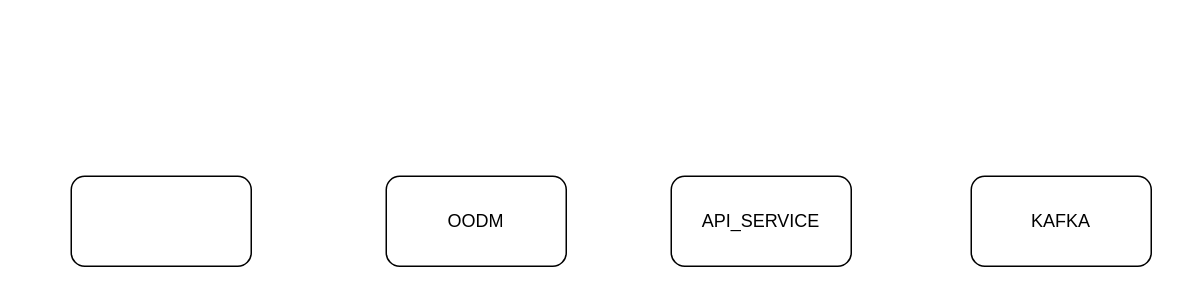
Earlier version of the draw.io diagram Untitled Diagram.drawio (Eason7663/study_notes). Source tidied: cells renumbered, new cells numbered last; positions are measured from the earlier drawing's top-left corner, leaving out a move shared by most shapes. Both pictures are drawn from the tidied source at 150%, with x=0, y=0 at pixel (70, 176).
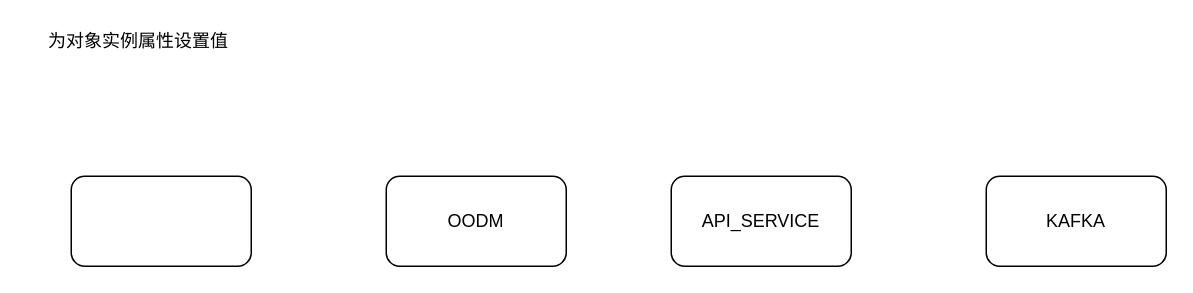
The same diagram, later.

Diff of the diagram source:
```diff
@@
 <mxGraphModel background="#ffffff">
   <root>
     <mxCell id="0" />
     <mxCell id="1" parent="0" />
     <mxCell id="2" style="rounded=1;whiteSpace=wrap;html=1;" parent="1" vertex="1">
       <mxGeometry width="120" height="60" as="geometry" />
     </mxCell>
     <mxCell id="3" value="OODM" style="rounded=1;whiteSpace=wrap;html=1;" parent="1" vertex="1">
       <mxGeometry x="210" width="120" height="60" as="geometry" />
     </mxCell>
     <mxCell id="4" value="API_SERVICE" style="rounded=1;whiteSpace=wrap;html=1;" parent="1" vertex="1">
       <mxGeometry x="400" width="120" height="60" as="geometry" />
     </mxCell>
     <mxCell id="5" value="KAFKA" style="rounded=1;whiteSpace=wrap;html=1;" parent="1" vertex="1">
-      <mxGeometry x="600" width="120" height="60" as="geometry" />
+      <mxGeometry x="610" width="120" height="60" as="geometry" />
     </mxCell>
+    <mxCell id="6" value="为对象实例属性设置值" style="text;html=1;strokeColor=none;fillColor=none;align=center;verticalAlign=middle;whiteSpace=wrap;rounded=0;" parent="1" vertex="1">
+      <mxGeometry x="-30" y="-100" width="150" height="20" as="geometry" />
+    </mxCell>
   </root>
 </mxGraphModel>
```
